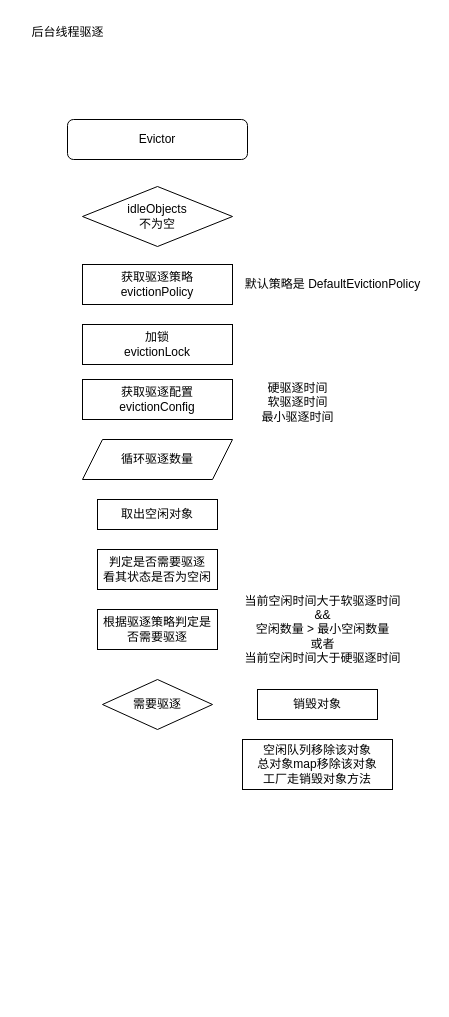
Above: commons-pool源码分析.drawio in Ordertiny/graph (draw.io), before the change. Source tidied: cells renumbered, new cells numbered last; positions are measured from the earlier drawing's top-left corner, leaving out a move shared by most shapes. Both pictures are drawn from the tidied source at 100%, with x=0, y=0 at pixel (17, 17).
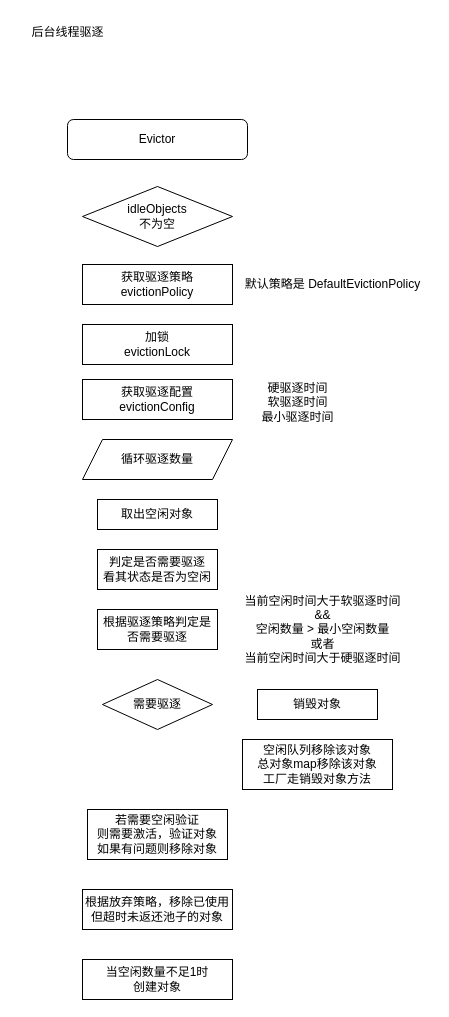
After the change.

Commit message (it also covers changes not shown here):
更新commons-pool源码分析.drawio

Diff of the diagram source:
```diff
@@
+    <mxCell id="18" value="若需要空闲验证&lt;br&gt;则需要激活，验证对象&lt;br&gt;如果有问题则移除对象" style="whiteSpace=wrap;html=1;" parent="1" vertex="1">
+      <mxGeometry x="70" y="792" width="140" height="50" as="geometry" />
+    </mxCell>
+    <mxCell id="19" value="根据放弃策略，移除已使用但超时未返还池子的对象" style="whiteSpace=wrap;html=1;" parent="1" vertex="1">
+      <mxGeometry x="65" y="872" width="150" height="40" as="geometry" />
+    </mxCell>
+    <mxCell id="20" value="当空闲数量不足1时&lt;br&gt;创建对象" style="whiteSpace=wrap;html=1;" parent="1" vertex="1">
+      <mxGeometry x="65" y="942" width="150" height="40" as="geometry" />
+    </mxCell>
```
